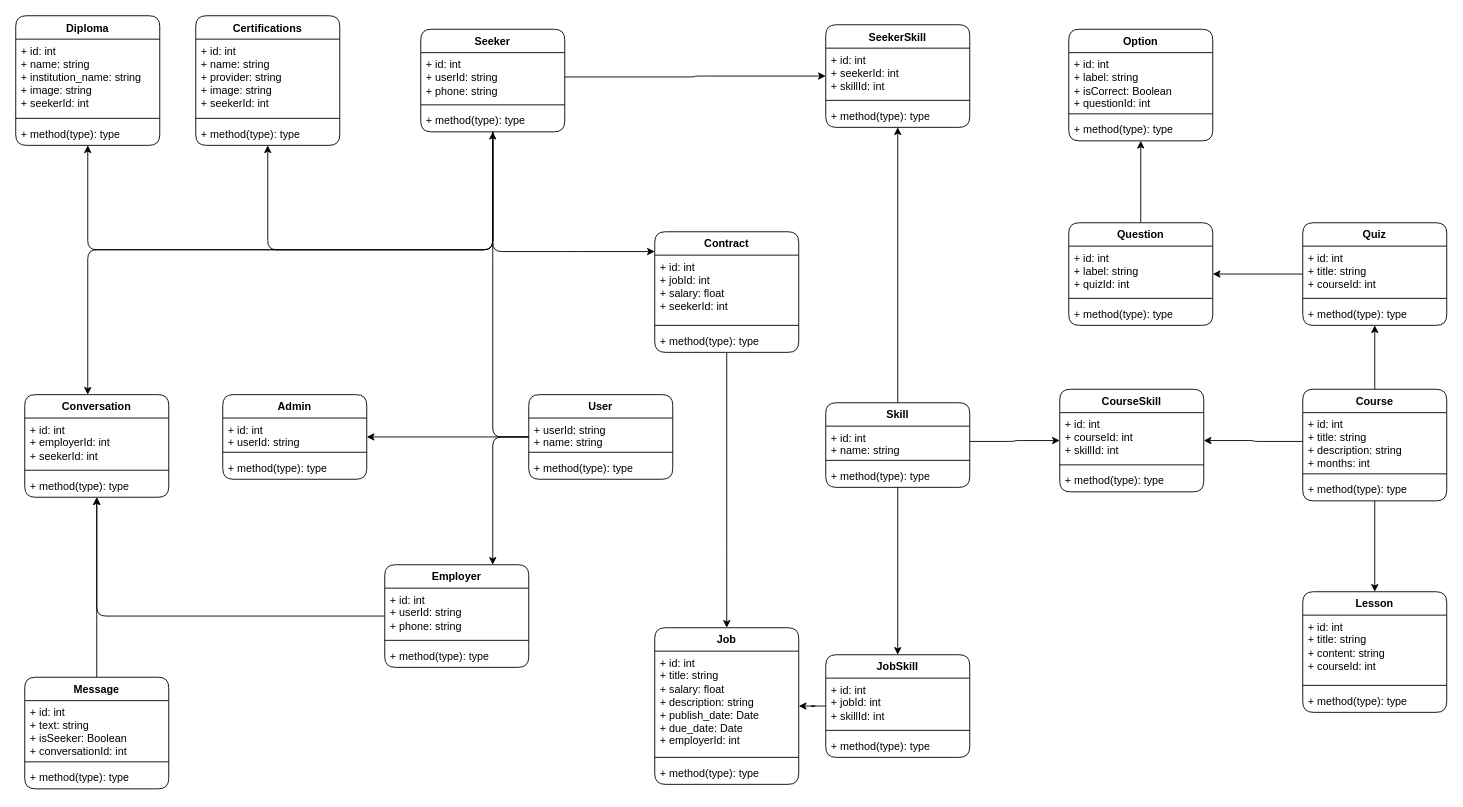
This is page "Class Diagram" (2 of 2) of docs/uml.drawio from ThommysArt/Certisafe, a draw.io file, before an edit. Source tidied: cells renumbered, new cells numbered last; positions are measured from the earlier drawing's top-left corner, leaving out a move shared by most shapes. Both pictures are drawn from the tidied source at 90%, with x=0, y=0 at pixel (15, 15).
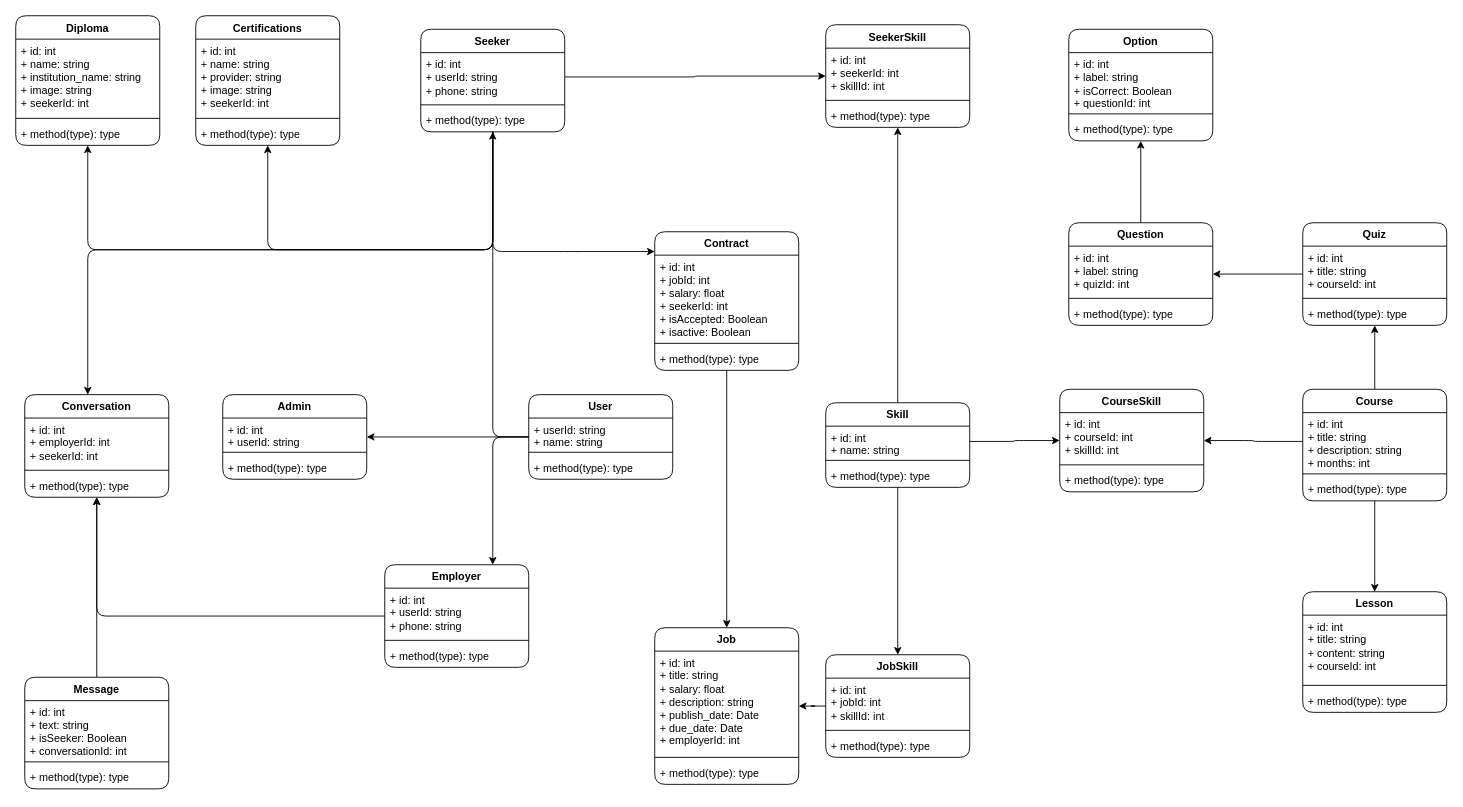
After the change.

What changed in the source:
```diff
@@
     <mxCell id="50" value="Contract" style="swimlane;fontStyle=1;align=center;verticalAlign=top;horizontal=1;startSize=26;whiteSpace=wrap;html=1;rounded=1;" parent="1" vertex="1">
-      <mxGeometry x="710" y="240" width="160" height="134" as="geometry" />
+      <mxGeometry x="710" y="240" width="160" height="154" as="geometry" />
     </mxCell>
-    <mxCell id="51" value="+ id: int&amp;nbsp;&lt;div&gt;+ jobId: int&lt;/div&gt;&lt;div&gt;+ salary: float&lt;/div&gt;&lt;div&gt;+ seekerId: int&lt;/div&gt;" style="text;strokeColor=none;fillColor=none;align=left;verticalAlign=top;spacingLeft=4;spacingRight=4;overflow=hidden;whiteSpace=wrap;html=1;" parent="50" vertex="1">
-      <mxGeometry y="26" width="160" height="74" as="geometry" />
+    <mxCell id="51" value="+ id: int&amp;nbsp;&lt;div&gt;+ jobId: int&lt;/div&gt;&lt;div&gt;+ salary: float&lt;/div&gt;&lt;div&gt;+ seekerId: int&lt;/div&gt;&lt;div&gt;+ isAccepted: Boolean&lt;/div&gt;&lt;div&gt;+ isactive: Boolean&lt;/div&gt;" style="text;strokeColor=none;fillColor=none;align=left;verticalAlign=top;spacingLeft=4;spacingRight=4;overflow=hidden;whiteSpace=wrap;html=1;" parent="50" vertex="1">
+      <mxGeometry y="26" width="160" height="94" as="geometry" />
     </mxCell>
     <mxCell id="52" style="line;strokeWidth=1;fillColor=none;align=left;verticalAlign=middle;spacingTop=-1;spacingLeft=3;spacingRight=3;labelPosition=right;strokeColor=inherit;rounded=1;" parent="50" vertex="1">
-      <mxGeometry y="100" width="160" height="8" as="geometry" />
+      <mxGeometry y="120" width="160" height="8" as="geometry" />
     </mxCell>
     <mxCell id="53" value="+ method(type): type" style="text;strokeColor=none;fillColor=none;align=left;verticalAlign=top;spacingLeft=4;spacingRight=4;overflow=hidden;whiteSpace=wrap;html=1;" parent="50" vertex="1">
-      <mxGeometry y="108" width="160" height="26" as="geometry" />
+      <mxGeometry y="128" width="160" height="26" as="geometry" />
     </mxCell>
```
